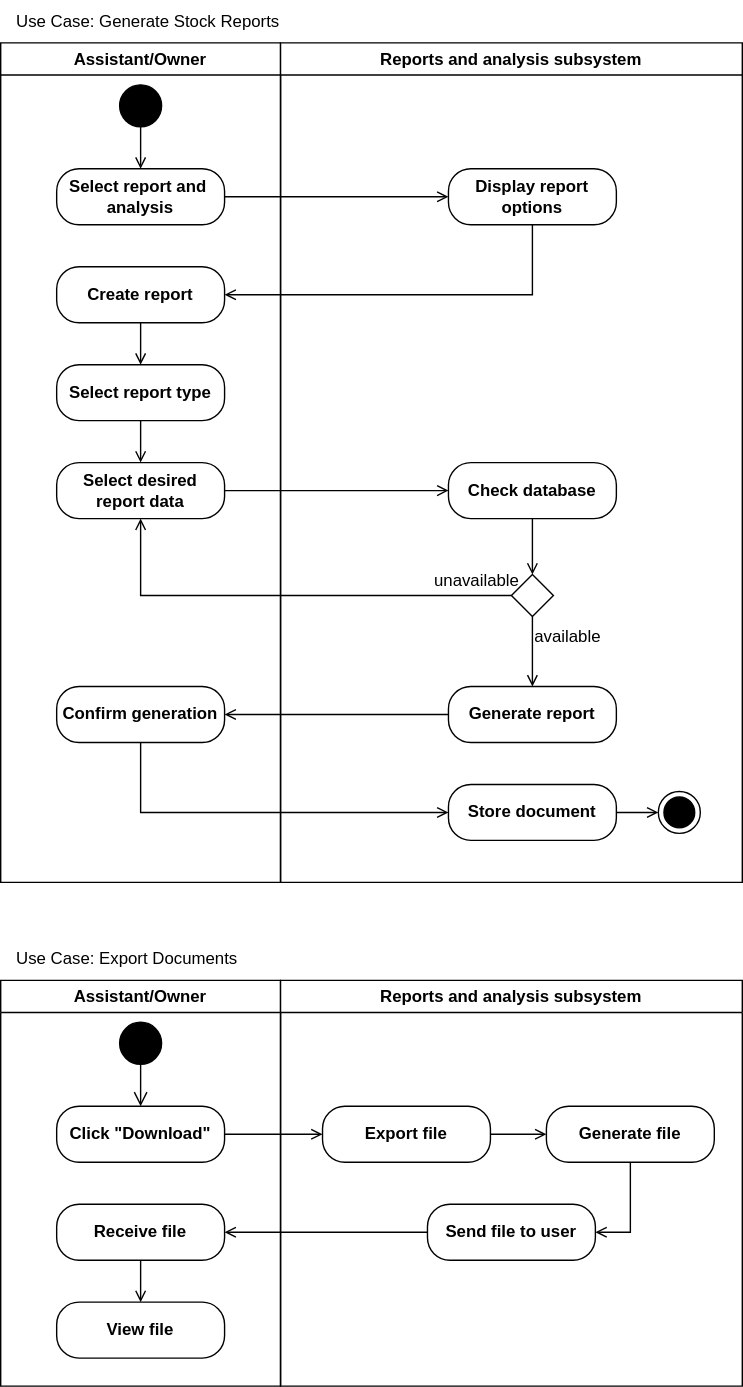
Above: Reports_analysis_Activity.svg in Simamkele88/IFM3_GP (draw.io), before the change. Source tidied: cells renumbered, new cells last; positions are measured from the earlier drawing's top-left corner, leaving out a move shared by most shapes.
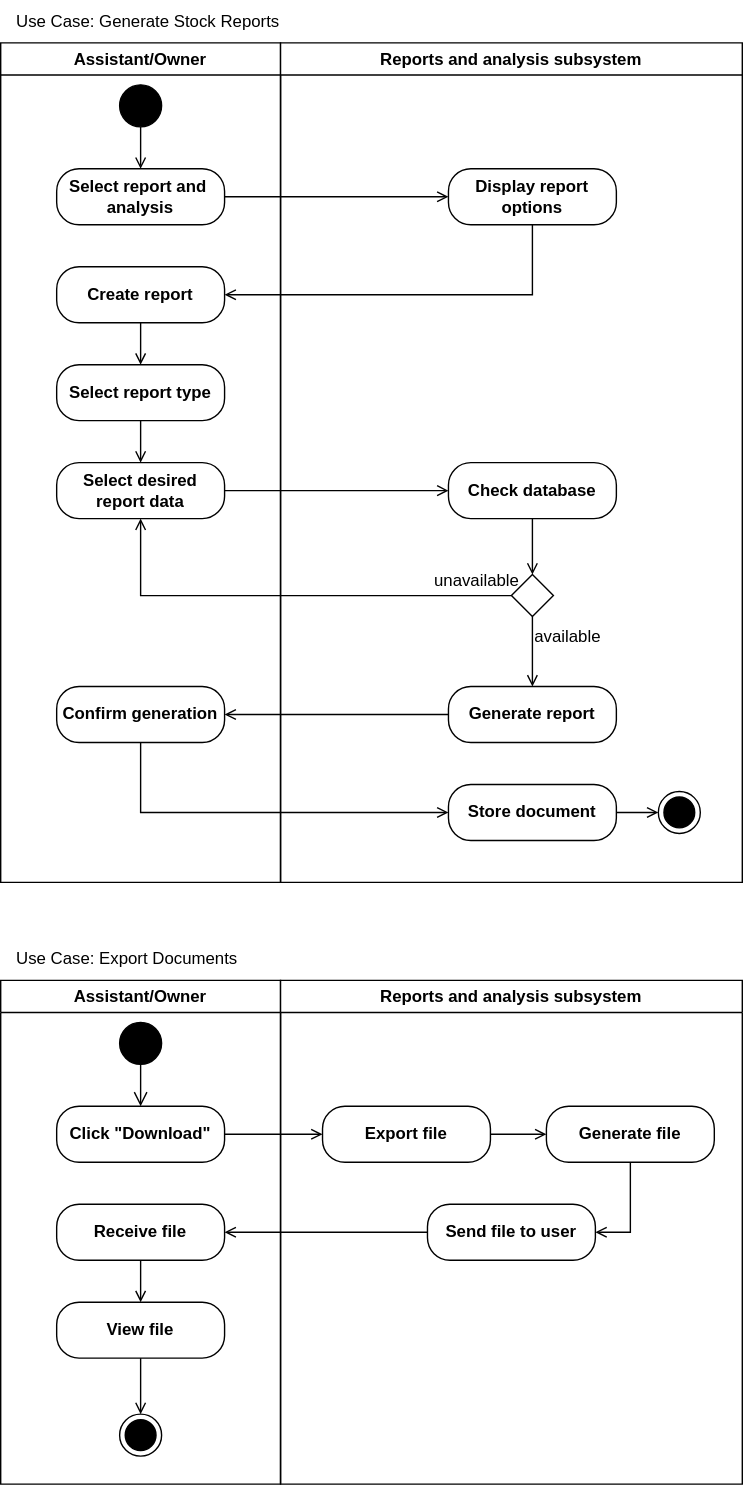
After the commit.

Change to the diagram source:
```diff
@@ -94,7 +94,7 @@
       <mxGeometry relative="1" as="geometry" />
     </mxCell>
     <mxCell id="27" value="Assistant/Owner" style="swimlane;whiteSpace=wrap;html=1;" parent="1" vertex="1">
-      <mxGeometry y="700" width="200" height="290" as="geometry" />
+      <mxGeometry y="700" width="200" height="360" as="geometry" />
     </mxCell>
     <mxCell id="28" style="edgeStyle=orthogonalEdgeStyle;html=1;verticalAlign=middle;endArrow=open;endSize=8;strokeColor=default;rounded=0;entryX=0.5;entryY=0;entryDx=0;entryDy=0;align=center;fontFamily=Helvetica;fontSize=11;fontColor=default;labelBackgroundColor=default;endFill=0;exitX=0.5;exitY=1;exitDx=0;exitDy=0;" parent="27" edge="1" source="32" target="29">
       <mxGeometry relative="1" as="geometry" />
@@ -114,8 +114,14 @@
     <mxCell id="33" value="View file" style="rounded=1;whiteSpace=wrap;html=1;strokeColor=default;align=center;verticalAlign=middle;arcSize=40;fontFamily=Helvetica;fontSize=12;fontColor=default;fillColor=default;fontStyle=1;" parent="27" vertex="1">
       <mxGeometry x="40" y="230" width="120" height="40" as="geometry" />
     </mxCell>
+    <mxCell id="47" style="ellipse;html=1;shape=endState;fillColor=strokeColor;" parent="27" vertex="1">
+      <mxGeometry x="85" y="310" width="30" height="30" as="geometry" />
+    </mxCell>
+    <mxCell id="48" style="endArrow=open;html=1;rounded=0;exitX=0.5;exitY=1;exitDx=0;exitDy=0;entryX=0.5;entryY=0;entryDx=0;entryDy=0;endFill=0;edgeStyle=orthogonalEdgeStyle;" parent="27" edge="1" source="33" target="47">
+      <mxGeometry relative="1" as="geometry" />
+    </mxCell>
     <mxCell id="34" value="Reports and analysis subsystem" style="swimlane;whiteSpace=wrap;html=1;" parent="1" vertex="1">
-      <mxGeometry x="200" y="700" width="330" height="290" as="geometry" />
+      <mxGeometry x="200" y="700" width="330" height="360" as="geometry" />
     </mxCell>
     <mxCell id="35" value="Export file" style="rounded=1;whiteSpace=wrap;html=1;strokeColor=default;align=center;verticalAlign=middle;arcSize=40;fontFamily=Helvetica;fontSize=12;fontColor=default;fillColor=default;fontStyle=1;" parent="34" vertex="1">
       <mxGeometry x="30" y="90" width="120" height="40" as="geometry" />
```
